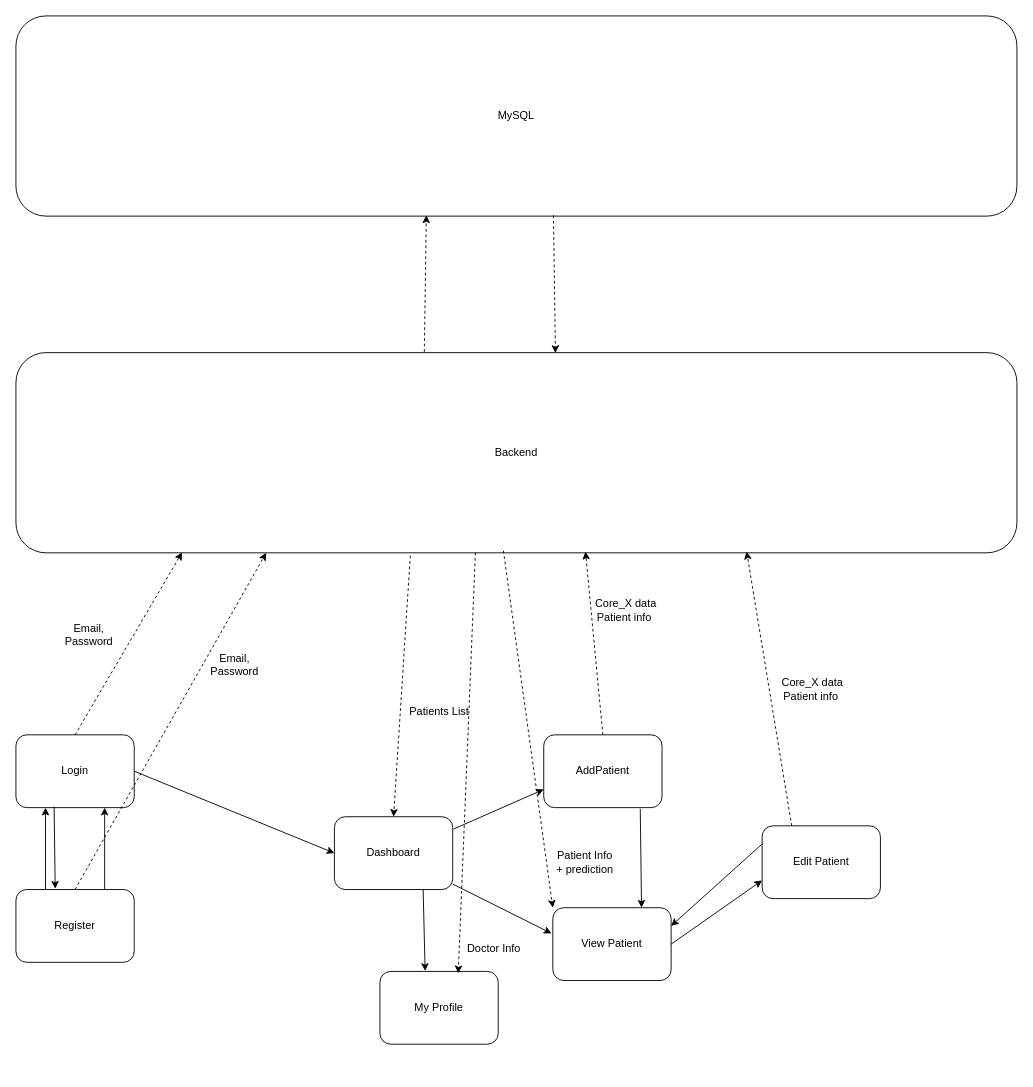
Earlier version of the draw.io diagram frontend/ApplicationDiagram.drawio (DeMeyerRobin/IndustryProject-BariatricSurgeryG1). Source tidied: cells renumbered, new cells numbered last; positions are measured from the earlier drawing's top-left corner, leaving out a move shared by most shapes. Both pictures are drawn from the tidied source at 91%, with x=0, y=0 at pixel (15, 15).
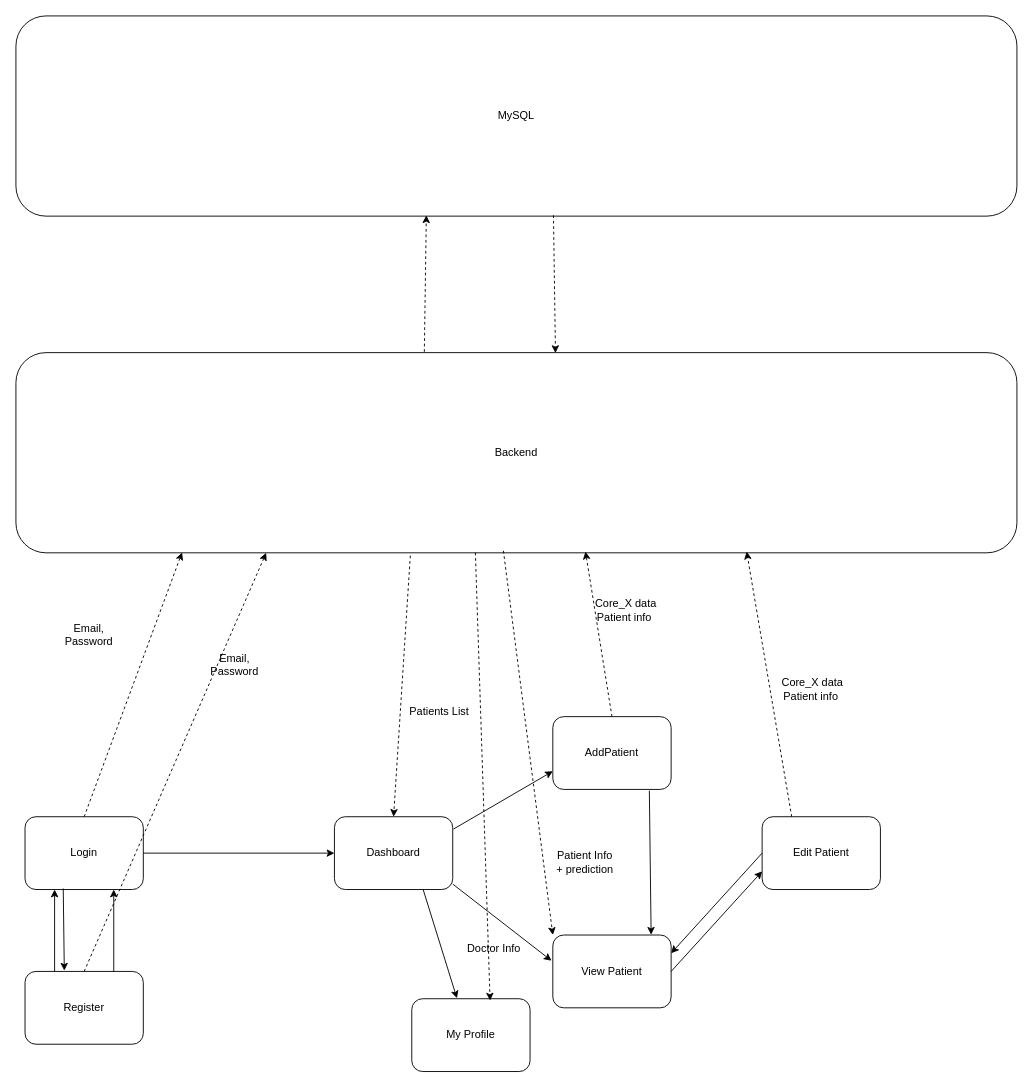
Above is the later version.

Change to the diagram source:
```diff
@@
     <mxCell id="2" value="Login" style="rounded=1;whiteSpace=wrap;html=1;" parent="1" vertex="1">
-      <mxGeometry y="790" width="130" height="80" as="geometry" />
+      <mxGeometry x="10" y="880" width="130" height="80" as="geometry" />
     </mxCell>
     <mxCell id="3" value="Register" style="rounded=1;whiteSpace=wrap;html=1;" parent="1" vertex="1">
-      <mxGeometry y="960" width="130" height="80" as="geometry" />
+      <mxGeometry x="10" y="1050" width="130" height="80" as="geometry" />
     </mxCell>
@@
     <mxCell id="14" value="AddPatient" style="rounded=1;whiteSpace=wrap;html=1;" parent="1" vertex="1">
-      <mxGeometry x="580" y="790" width="130" height="80" as="geometry" />
+      <mxGeometry x="590" y="770" width="130" height="80" as="geometry" />
     </mxCell>
@@
     <mxCell id="24" value="View Patient" style="rounded=1;whiteSpace=wrap;html=1;" parent="1" vertex="1">
-      <mxGeometry x="590" y="980" width="130" height="80" as="geometry" />
+      <mxGeometry x="590" y="1010" width="130" height="80" as="geometry" />
     </mxCell>
@@
-    <mxCell id="27" style="endArrow=classic;html=1;rounded=0;exitX=0.816;exitY=1.017;exitDx=0;exitDy=0;entryX=0.75;entryY=0;entryDx=0;entryDy=0;exitPerimeter=0;" parent="1" edge="1" source="14" target="24">
+    <mxCell id="27" style="endArrow=classic;html=1;rounded=0;exitX=0.816;exitY=1.017;exitDx=0;exitDy=0;entryX=0.831;entryY=-0.004;entryDx=0;entryDy=0;exitPerimeter=0;entryPerimeter=0;" parent="1" edge="1" source="14" target="24">
       <mxGeometry relative="1" as="geometry" />
     </mxCell>
@@
     <mxCell id="29" value="My Profile" style="rounded=1;whiteSpace=wrap;html=1;" parent="1" vertex="1">
-      <mxGeometry x="400" y="1050" width="130" height="80" as="geometry" />
+      <mxGeometry x="435" y="1080" width="130" height="80" as="geometry" />
     </mxCell>
@@
     <mxCell id="32" value="Edit Patient" style="rounded=1;whiteSpace=wrap;html=1;" parent="1" vertex="1">
-      <mxGeometry x="820" y="890" width="130" height="80" as="geometry" />
+      <mxGeometry x="820" y="880" width="130" height="80" as="geometry" />
     </mxCell>
@@
-    <mxCell id="36" style="endArrow=classic;html=1;rounded=0;exitX=0;exitY=0.25;exitDx=0;exitDy=0;entryX=1;entryY=0.25;entryDx=0;entryDy=0;" parent="1" edge="1" source="32" target="24">
+    <mxCell id="36" style="endArrow=classic;html=1;rounded=0;entryX=1;entryY=0.25;entryDx=0;entryDy=0;exitX=0;exitY=0.5;exitDx=0;exitDy=0;" parent="1" edge="1" source="32" target="24">
       <mxGeometry relative="1" as="geometry" />
     </mxCell>
```
